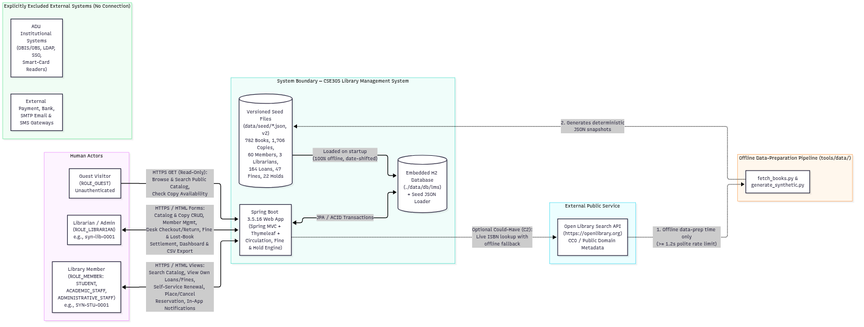
This is docs/02-inception/images/system-context.png from ibrahimtemur/cse305-library-management-system, a Mermaid export, as it was before one commit. Its source is kept beside it as docs/02-inception/images/system-context.mmd. Its diagram source:
```mermaid
flowchart LR
    subgraph Actors["Human Actors"]
        LIB["Librarian / Admin<br/>(ROLE_LIBRARIAN)<br/>e.g., syn-lib-0001"]
        MEM["Library Member<br/>(ROLE_MEMBER: STUDENT,<br/>ACADEMIC_STAFF,<br/>ADMINISTRATIVE_STAFF)<br/>e.g., SYN-STU-0001"]
        GST["Guest Visitor<br/>(ROLE_GUEST)<br/>Unauthenticated"]
    end

    subgraph LMS_Boundary["System Boundary — CSE305 Library Management System"]
        WEB["Spring Boot 3.5.16 Web App<br/>(Spring MVC + Thymeleaf +<br/>Circulation, Fine & Hold Engine)"]
        H2[("Embedded H2 Database<br/>(./data/db/lms)<br/>+ Seed JSON Loader")]
        SEED_FILES[("Versioned Seed Files<br/>(data/seed/*.json, v2)<br/>782 Books, 1,706 Copies,<br/>60 Members, 3 Librarians,<br/>164 Loans, 47 Fines, 22 Holds")]
        WEB <-->|"JPA / ACID Transactions"| H2
        SEED_FILES -->|"Loaded on startup<br/>(100% offline, date-shifted)"| H2
    end

    subgraph DataPrep["Offline Data-Preparation Pipeline (tools/data/)"]
        FETCH["fetch_books.py &<br/>generate_synthetic.py"]
    end

    subgraph External["External Public Service"]
        OL["Open Library Search API<br/>(https://openlibrary.org)<br/>CC0 / Public Domain Metadata"]
    end

    subgraph Excluded["Explicitly Excluded External Systems (No Connection)"]
        ADU_IT["ADU Institutional Systems<br/>(OBIS/OBS, LDAP, SSO,<br/>Smart-Card Readers)"]
        EXT_GW["External Payment, Bank,<br/>SMTP Email & SMS Gateways"]
    end

    LIB <-->|"HTTPS / HTML Forms:<br/>Catalog & Copy CRUD, Member Mgmt,<br/>Desk Checkout/Return, Fine & Lost-Book<br/>Settlement, Dashboard & CSV Export"| WEB
    MEM <-->|"HTTPS / HTML Views:<br/>Search Catalog, View Own Loans/Fines,<br/>Self-Service Renewal, Place/Cancel<br/>Reservation, In-App Notifications"| WEB
    GST -->|"HTTPS GET (Read-Only):<br/>Browse & Search Public Catalog,<br/>Check Copy Availability"| WEB

    OL -.->|"1. Offline data-prep time only<br/>(>= 1.2s polite rate limit)"| FETCH
    FETCH -.->|"2. Generates deterministic<br/>JSON snapshots"| SEED_FILES
    WEB -.->|"Optional Could-Have (C2):<br/>Live ISBN lookup with<br/>offline fallback"| OL
```
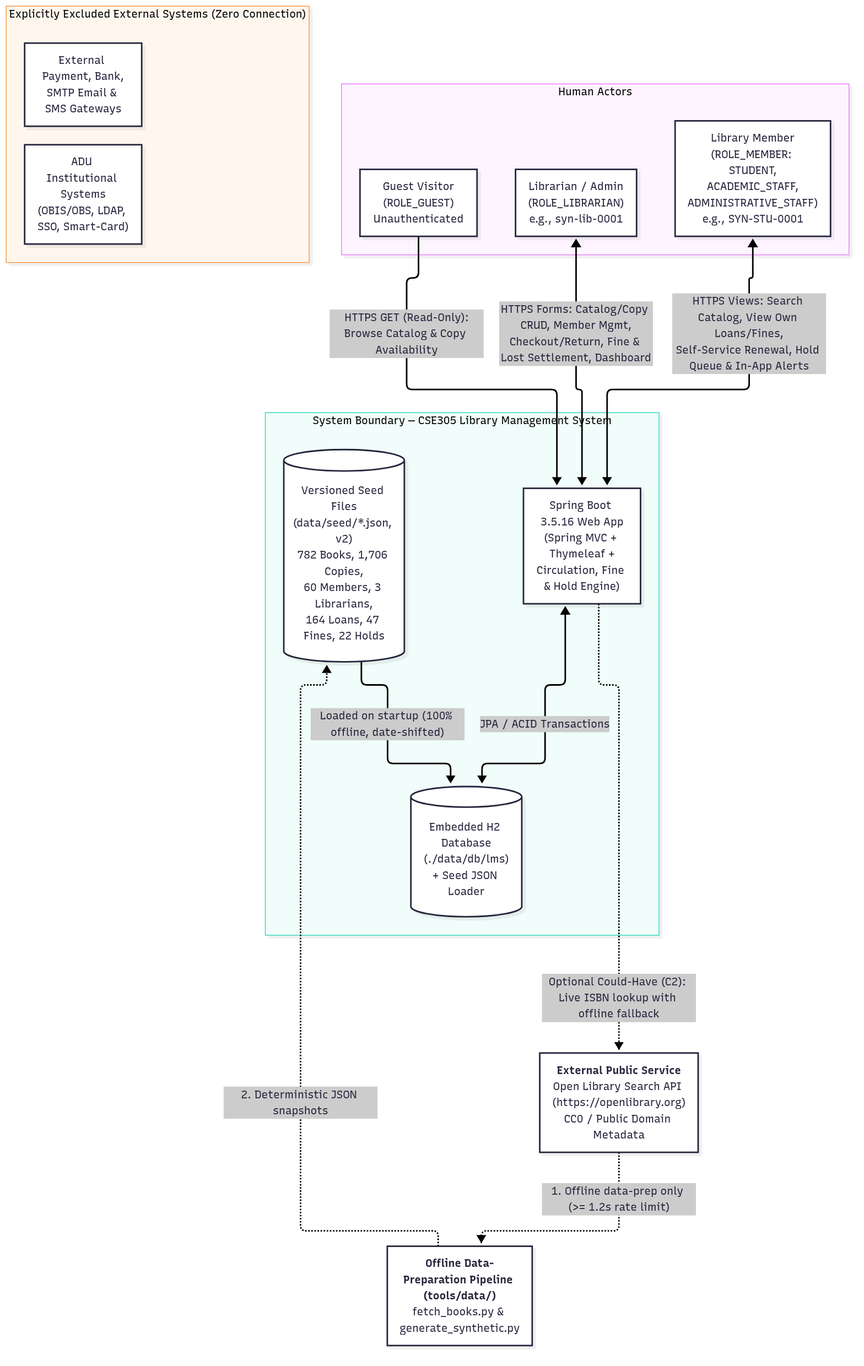
The same file after the commit.

Commit message:
docs(hw02): create consolidated HW02_Inception_Agile.md and export verified PDFs

What changed in the source:
```diff
@@ -1,5 +1,7 @@
-flowchart LR
+%%{init: {'flowchart': {'nodeSpacing': 28, 'rankSpacing': 42}}}%%
+flowchart TB
     subgraph Actors["Human Actors"]
+        direction LR
         LIB["Librarian / Admin<br/>(ROLE_LIBRARIAN)<br/>e.g., syn-lib-0001"]
         MEM["Library Member<br/>(ROLE_MEMBER: STUDENT,<br/>ACADEMIC_STAFF,<br/>ADMINISTRATIVE_STAFF)<br/>e.g., SYN-STU-0001"]
         GST["Guest Visitor<br/>(ROLE_GUEST)<br/>Unauthenticated"]
@@ -10,26 +12,22 @@
         H2[("Embedded H2 Database<br/>(./data/db/lms)<br/>+ Seed JSON Loader")]
         SEED_FILES[("Versioned Seed Files<br/>(data/seed/*.json, v2)<br/>782 Books, 1,706 Copies,<br/>60 Members, 3 Librarians,<br/>164 Loans, 47 Fines, 22 Holds")]
         WEB <-->|"JPA / ACID Transactions"| H2
-        SEED_FILES -->|"Loaded on startup<br/>(100% offline, date-shifted)"| H2
+        SEED_FILES -->|"Loaded on startup (100% offline, date-shifted)"| H2
     end
 
-    subgraph DataPrep["Offline Data-Preparation Pipeline (tools/data/)"]
-        FETCH["fetch_books.py &<br/>generate_synthetic.py"]
-    end
+    OL["<b>External Public Service</b><br/>Open Library Search API (https://openlibrary.org)<br/>CC0 / Public Domain Metadata"]
+    FETCH["<b>Offline Data-Preparation Pipeline (tools/data/)</b><br/>fetch_books.py &amp; generate_synthetic.py"]
 
-    subgraph External["External Public Service"]
-        OL["Open Library Search API<br/>(https://openlibrary.org)<br/>CC0 / Public Domain Metadata"]
-    end
-
-    subgraph Excluded["Explicitly Excluded External Systems (No Connection)"]
-        ADU_IT["ADU Institutional Systems<br/>(OBIS/OBS, LDAP, SSO,<br/>Smart-Card Readers)"]
+    subgraph Excluded["Explicitly Excluded External Systems (Zero Connection)"]
+        direction LR
+        ADU_IT["ADU Institutional Systems<br/>(OBIS/OBS, LDAP, SSO, Smart-Card)"]
         EXT_GW["External Payment, Bank,<br/>SMTP Email & SMS Gateways"]
     end
 
-    LIB <-->|"HTTPS / HTML Forms:<br/>Catalog & Copy CRUD, Member Mgmt,<br/>Desk Checkout/Return, Fine & Lost-Book<br/>Settlement, Dashboard & CSV Export"| WEB
-    MEM <-->|"HTTPS / HTML Views:<br/>Search Catalog, View Own Loans/Fines,<br/>Self-Service Renewal, Place/Cancel<br/>Reservation, In-App Notifications"| WEB
-    GST -->|"HTTPS GET (Read-Only):<br/>Browse & Search Public Catalog,<br/>Check Copy Availability"| WEB
+    LIB <-->|"HTTPS Forms: Catalog/Copy CRUD, Member Mgmt,<br/>Checkout/Return, Fine & Lost Settlement, Dashboard"| WEB
+    MEM <-->|"HTTPS Views: Search Catalog, View Own Loans/Fines,<br/>Self-Service Renewal, Hold Queue & In-App Alerts"| WEB
+    GST -->|"HTTPS GET (Read-Only):<br/>Browse Catalog & Copy Availability"| WEB
 
-    OL -.->|"1. Offline data-prep time only<br/>(>= 1.2s polite rate limit)"| FETCH
-    FETCH -.->|"2. Generates deterministic<br/>JSON snapshots"| SEED_FILES
-    WEB -.->|"Optional Could-Have (C2):<br/>Live ISBN lookup with<br/>offline fallback"| OL
+    OL -.->|"1. Offline data-prep only (>= 1.2s rate limit)"| FETCH
+    FETCH -.->|"2. Deterministic JSON snapshots"| SEED_FILES
+    WEB -.->|"Optional Could-Have (C2): Live ISBN lookup with offline fallback"| OL
```
